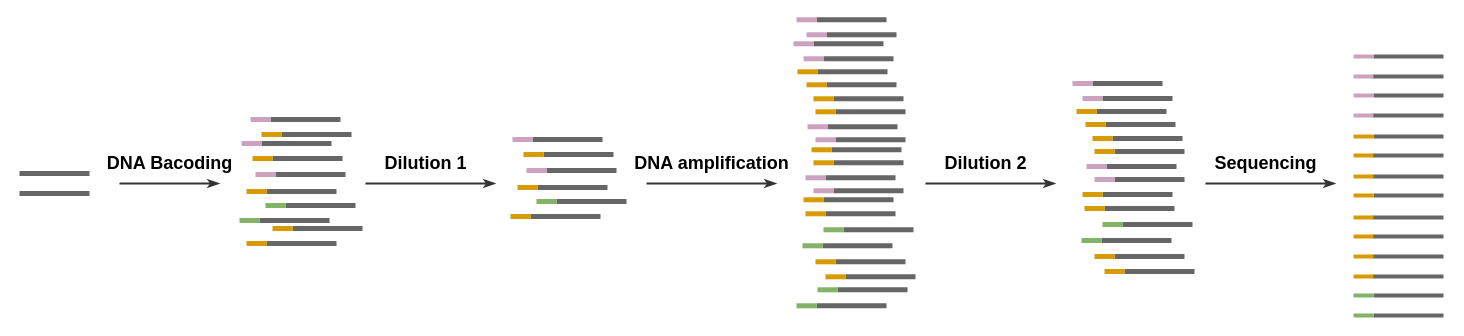
Above: DNAsequencing.drawio in 16281022/os-lab2 (draw.io), before the change. Source tidied: cells renumbered, new cells numbered last; positions are measured from the earlier drawing's top-left corner, leaving out a move shared by most shapes. Both pictures are drawn from the tidied source at 100%, with x=0, y=0 at pixel (19, 19).
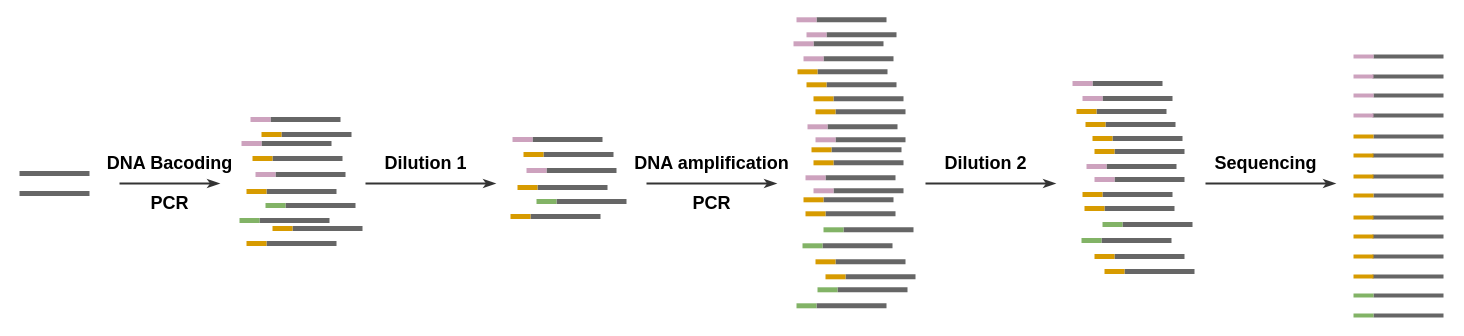
After the change.

What changed in the source:
```diff
@@
+    <mxCell id="146" value="&lt;font style=&quot;font-size: 18px;&quot;&gt;&lt;b&gt;PCR&lt;/b&gt;&lt;/font&gt;" style="text;html=1;align=center;verticalAlign=middle;strokeColor=none;fillColor=none;" parent="1" vertex="1">
+      <mxGeometry x="125" y="174" width="50" height="20" as="geometry" />
+    </mxCell>
+    <mxCell id="147" value="&lt;font style=&quot;font-size: 18px;&quot;&gt;&lt;b&gt;PCR&lt;/b&gt;&lt;/font&gt;" style="text;html=1;align=center;verticalAlign=middle;strokeColor=none;fillColor=none;" parent="1" vertex="1">
+      <mxGeometry x="667" y="174" width="50" height="20" as="geometry" />
+    </mxCell>
```
